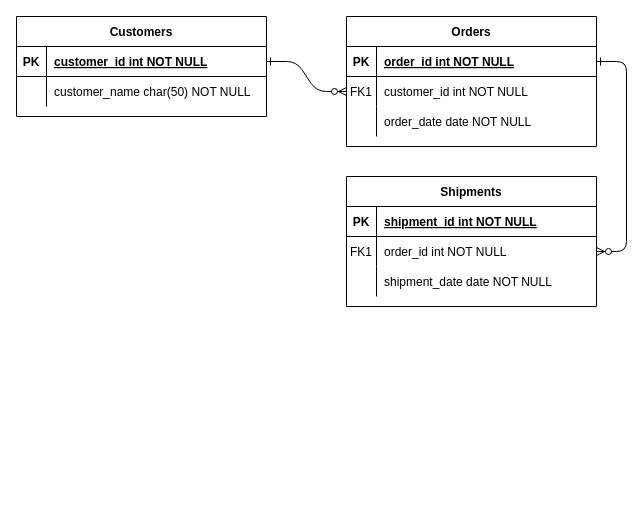
Earlier version of the draw.io diagram Wk3 social media database ERD.drawio (aytch4/MySQL-Wk3). Source tidied: cells renumbered, new cells numbered last; positions are measured from the earlier drawing's top-left corner, leaving out a move shared by most shapes. Both pictures are drawn from the tidied source at 100%, with x=0, y=0 at pixel (16, 16).
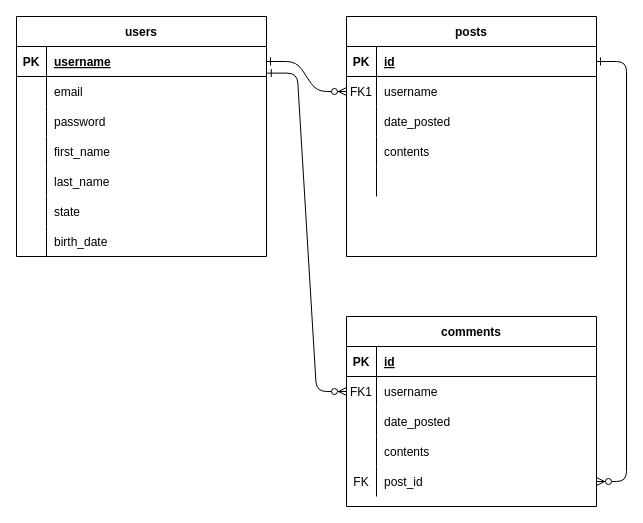
After the change.

The change refers to these unchanged cells:
```xml
<mxCell id="5" style="shape=partialRectangle;fillColor=none;points=[[0,0.5],[1,0.5]];portConstraint=eastwest;top=0;left=0;right=0;bottom=1;" parent="4" vertex="1">
  <mxGeometry y="30" width="250" height="30" as="geometry" />
</mxCell>
<mxCell id="8" style="shape=partialRectangle;fillColor=none;points=[[0,0.5],[1,0.5]];portConstraint=eastwest;top=0;left=0;right=0;bottom=0;" parent="4" vertex="1">
  <mxGeometry y="60" width="250" height="30" as="geometry" />
</mxCell>
<mxCell id="11" style="shape=partialRectangle;fillColor=none;top=0;left=0;right=0;bottom=0;" parent="4" vertex="1">
  <mxGeometry y="90" width="250" height="30" as="geometry" />
</mxCell>
<mxCell id="15" style="shape=partialRectangle;fillColor=none;top=0;left=0;right=0;bottom=1;" parent="14" vertex="1">
  <mxGeometry y="30" width="250" height="30" as="geometry" />
</mxCell>
<mxCell id="18" style="shape=partialRectangle;fillColor=none;points=[[0,0.5],[1,0.5]];portConstraint=eastwest;top=0;left=0;right=0;bottom=0;" parent="14" vertex="1">
  <mxGeometry y="60" width="250" height="30" as="geometry" />
</mxCell>
<mxCell id="21" style="shape=partialRectangle;fillColor=none;top=0;left=0;right=0;bottom=0;" parent="14" vertex="1">
  <mxGeometry y="90" width="250" height="30" as="geometry" />
</mxCell>
<mxCell id="25" style="shape=partialRectangle;fillColor=none;points=[[0,0.5],[1,0.5]];portConstraint=eastwest;top=0;left=0;right=0;bottom=1;" parent="24" vertex="1">
  <mxGeometry y="30" width="250" height="30" as="geometry" />
</mxCell>
<mxCell id="28" style="shape=partialRectangle;fillColor=none;points=[[0,0.5],[1,0.5]];portConstraint=eastwest;top=0;left=0;right=0;bottom=0;" parent="24" vertex="1">
  <mxGeometry y="60" width="250" height="30" as="geometry" />
</mxCell>
```

Change to the diagram source:
```diff
@@
-    <mxCell id="3" style="edgeStyle=entityRelationEdgeStyle;endArrow=ERzeroToMany;startArrow=ERone;endFill=1;startFill=0;" parent="1" edge="1" source="5" target="18">
+    <mxCell id="3" style="edgeStyle=entityRelationEdgeStyle;endArrow=ERzeroToMany;startArrow=ERone;endFill=1;startFill=0;entryX=1;entryY=0.5;entryDx=0;entryDy=0;" parent="1" edge="1" source="5" target="40">
       <mxGeometry relative="1" as="geometry" />
     </mxCell>
-    <mxCell id="4" value="Orders" style="shape=table;startSize=30;childLayout=tableLayout;rowLines=0;fontStyle=1;align=center;" parent="1" vertex="1">
-      <mxGeometry x="330" width="250" height="130" as="geometry" />
+    <mxCell id="4" value="posts" style="shape=table;startSize=30;childLayout=tableLayout;rowLines=0;fontStyle=1;align=center;" parent="1" vertex="1">
+      <mxGeometry x="330" width="250" height="240" as="geometry" />
     </mxCell>
@@
-    <mxCell id="7" value="order_id int NOT NULL " style="shape=partialRectangle;overflow=hidden;fillColor=none;top=0;left=0;bottom=0;right=0;align=left;spacingLeft=6;fontStyle=5;" parent="5" vertex="1">
+    <mxCell id="7" value="id" style="shape=partialRectangle;overflow=hidden;fillColor=none;top=0;left=0;bottom=0;right=0;align=left;spacingLeft=6;fontStyle=5;" parent="5" vertex="1">
       <mxGeometry x="30" width="220" height="30" as="geometry" />
     </mxCell>
@@
-    <mxCell id="10" value="customer_id int NOT NULL" style="shape=partialRectangle;overflow=hidden;fillColor=none;top=0;left=0;bottom=0;right=0;align=left;spacingLeft=6;" parent="8" vertex="1">
+    <mxCell id="10" value="username" style="shape=partialRectangle;overflow=hidden;fillColor=none;top=0;left=0;bottom=0;right=0;align=left;spacingLeft=6;" parent="8" vertex="1">
       <mxGeometry x="30" width="220" height="30" as="geometry" />
     </mxCell>
@@
-    <mxCell id="13" value="order_date date NOT NULL" style="shape=partialRectangle;overflow=hidden;fillColor=none;top=0;left=0;bottom=0;right=0;align=left;spacingLeft=6;" parent="11" vertex="1">
+    <mxCell id="13" value="date_posted" style="shape=partialRectangle;overflow=hidden;fillColor=none;top=0;left=0;bottom=0;right=0;align=left;spacingLeft=6;" parent="11" vertex="1">
       <mxGeometry x="30" width="220" height="30" as="geometry" />
     </mxCell>
+    <mxCell id="31" style="shape=partialRectangle;fillColor=none;top=0;left=0;right=0;bottom=0;" parent="4" vertex="1">
+      <mxGeometry y="120" width="250" height="30" as="geometry" />
+    </mxCell>
+    <mxCell id="32" style="shape=partialRectangle;overflow=hidden;fillColor=none;top=0;left=0;bottom=0;right=0;" parent="31" vertex="1">
+      <mxGeometry width="30" height="30" as="geometry" />
+    </mxCell>
+    <mxCell id="33" value="contents" style="shape=partialRectangle;overflow=hidden;fillColor=none;top=0;left=0;bottom=0;right=0;align=left;spacingLeft=6;" parent="31" vertex="1">
+      <mxGeometry x="30" width="220" height="30" as="geometry" />
+    </mxCell>
+    <mxCell id="34" style="shape=partialRectangle;fillColor=none;top=0;left=0;right=0;bottom=0;" parent="4" vertex="1">
+      <mxGeometry y="150" width="250" height="30" as="geometry" />
+    </mxCell>
+    <mxCell id="35" style="shape=partialRectangle;overflow=hidden;fillColor=none;top=0;left=0;bottom=0;right=0;" parent="34" vertex="1">
+      <mxGeometry width="30" height="30" as="geometry" />
+    </mxCell>
+    <mxCell id="36" style="shape=partialRectangle;overflow=hidden;fillColor=none;top=0;left=0;bottom=0;right=0;align=left;spacingLeft=6;" parent="34" vertex="1">
+      <mxGeometry x="30" width="220" height="30" as="geometry" />
+    </mxCell>
-    <mxCell id="14" value="Shipments" style="shape=table;startSize=30;childLayout=tableLayout;rowLines=0;fontStyle=1;align=center;" parent="1" vertex="1">
-      <mxGeometry x="330" y="160" width="250" height="130" as="geometry" />
+    <mxCell id="14" value="comments" style="shape=table;startSize=30;childLayout=tableLayout;rowLines=0;fontStyle=1;align=center;" parent="1" vertex="1">
+      <mxGeometry x="330" y="300" width="250" height="190" as="geometry" />
     </mxCell>
@@
-    <mxCell id="17" value="shipment_id int NOT NULL " style="shape=partialRectangle;overflow=hidden;fillColor=none;top=0;left=0;bottom=0;right=0;align=left;spacingLeft=6;fontStyle=5;" parent="15" vertex="1">
+    <mxCell id="17" value="id" style="shape=partialRectangle;overflow=hidden;fillColor=none;top=0;left=0;bottom=0;right=0;align=left;spacingLeft=6;fontStyle=5;" parent="15" vertex="1">
       <mxGeometry x="30" width="220" height="30" as="geometry" />
     </mxCell>
@@
-    <mxCell id="20" value="order_id int NOT NULL" style="shape=partialRectangle;overflow=hidden;fillColor=none;top=0;left=0;bottom=0;right=0;align=left;spacingLeft=6;" parent="18" vertex="1">
+    <mxCell id="20" value="username" style="shape=partialRectangle;overflow=hidden;fillColor=none;top=0;left=0;bottom=0;right=0;align=left;spacingLeft=6;" parent="18" vertex="1">
       <mxGeometry x="30" width="220" height="30" as="geometry" />
     </mxCell>
@@
-    <mxCell id="23" value="shipment_date date NOT NULL" style="shape=partialRectangle;overflow=hidden;fillColor=none;top=0;left=0;bottom=0;right=0;align=left;spacingLeft=6;" parent="21" vertex="1">
+    <mxCell id="23" value="date_posted" style="shape=partialRectangle;overflow=hidden;fillColor=none;top=0;left=0;bottom=0;right=0;align=left;spacingLeft=6;" parent="21" vertex="1">
       <mxGeometry x="30" width="220" height="30" as="geometry" />
     </mxCell>
+    <mxCell id="37" style="shape=partialRectangle;fillColor=none;top=0;left=0;right=0;bottom=0;" parent="14" vertex="1">
+      <mxGeometry y="120" width="250" height="30" as="geometry" />
+    </mxCell>
+    <mxCell id="38" style="shape=partialRectangle;overflow=hidden;fillColor=none;top=0;left=0;bottom=0;right=0;" parent="37" vertex="1">
+      <mxGeometry width="30" height="30" as="geometry" />
+    </mxCell>
+    <mxCell id="39" value="contents" style="shape=partialRectangle;overflow=hidden;fillColor=none;top=0;left=0;bottom=0;right=0;align=left;spacingLeft=6;" parent="37" vertex="1">
+      <mxGeometry x="30" width="220" height="30" as="geometry" />
+    </mxCell>
+    <mxCell id="40" style="shape=partialRectangle;fillColor=none;points=[[0,0.5],[1,0.5]];portConstraint=eastwest;top=0;left=0;right=0;bottom=0;" parent="14" vertex="1">
+      <mxGeometry y="150" width="250" height="30" as="geometry" />
+    </mxCell>
+    <mxCell id="41" value="FK" style="shape=partialRectangle;overflow=hidden;fillColor=none;top=0;left=0;bottom=0;right=0;" parent="40" vertex="1">
+      <mxGeometry width="30" height="30" as="geometry" />
+    </mxCell>
+    <mxCell id="42" value="post_id" style="shape=partialRectangle;overflow=hidden;fillColor=none;top=0;left=0;bottom=0;right=0;align=left;spacingLeft=6;" parent="40" vertex="1">
+      <mxGeometry x="30" width="220" height="30" as="geometry" />
+    </mxCell>
-    <mxCell id="24" value="Customers" style="shape=table;startSize=30;childLayout=tableLayout;rowLines=0;fontStyle=1;align=center;" parent="1" vertex="1">
-      <mxGeometry width="250" height="100" as="geometry" />
+    <mxCell id="24" value="users" style="shape=table;startSize=30;childLayout=tableLayout;rowLines=0;fontStyle=1;align=center;" parent="1" vertex="1">
+      <mxGeometry width="250" height="240" as="geometry" />
     </mxCell>
@@
-    <mxCell id="27" value="customer_id int NOT NULL " style="shape=partialRectangle;overflow=hidden;fillColor=none;top=0;left=0;bottom=0;right=0;align=left;spacingLeft=6;fontStyle=5;" parent="25" vertex="1">
+    <mxCell id="27" value="username" style="shape=partialRectangle;overflow=hidden;fillColor=none;top=0;left=0;bottom=0;right=0;align=left;spacingLeft=6;fontStyle=5;" parent="25" vertex="1">
       <mxGeometry x="30" width="220" height="30" as="geometry" />
     </mxCell>
@@
-    <mxCell id="30" value="customer_name char(50) NOT NULL" style="shape=partialRectangle;overflow=hidden;fillColor=none;top=0;left=0;bottom=0;right=0;align=left;spacingLeft=6;" parent="28" vertex="1">
+    <mxCell id="30" value="email" style="shape=partialRectangle;overflow=hidden;fillColor=none;top=0;left=0;bottom=0;right=0;align=left;spacingLeft=6;" parent="28" vertex="1">
       <mxGeometry x="30" width="220" height="30" as="geometry" />
     </mxCell>
+    <mxCell id="43" style="shape=partialRectangle;fillColor=none;top=0;left=0;right=0;bottom=0;" parent="24" vertex="1">
+      <mxGeometry y="90" width="250" height="30" as="geometry" />
+    </mxCell>
+    <mxCell id="44" style="shape=partialRectangle;overflow=hidden;fillColor=none;top=0;left=0;bottom=0;right=0;" parent="43" vertex="1">
+      <mxGeometry width="30" height="30" as="geometry" />
+    </mxCell>
+    <mxCell id="45" value="password" style="shape=partialRectangle;overflow=hidden;fillColor=none;top=0;left=0;bottom=0;right=0;align=left;spacingLeft=6;" parent="43" vertex="1">
+      <mxGeometry x="30" width="220" height="30" as="geometry" />
+    </mxCell>
+    <mxCell id="46" style="shape=partialRectangle;fillColor=none;top=0;left=0;right=0;bottom=0;" parent="24" vertex="1">
+      <mxGeometry y="120" width="250" height="30" as="geometry" />
+    </mxCell>
+    <mxCell id="47" style="shape=partialRectangle;overflow=hidden;fillColor=none;top=0;left=0;bottom=0;right=0;" parent="46" vertex="1">
+      <mxGeometry width="30" height="30" as="geometry" />
+    </mxCell>
+    <mxCell id="48" value="first_name" style="shape=partialRectangle;overflow=hidden;fillColor=none;top=0;left=0;bottom=0;right=0;align=left;spacingLeft=6;" parent="46" vertex="1">
+      <mxGeometry x="30" width="220" height="30" as="geometry" />
+    </mxCell>
+    <mxCell id="49" style="shape=partialRectangle;fillColor=none;top=0;left=0;right=0;bottom=0;" parent="24" vertex="1">
+      <mxGeometry y="150" width="250" height="30" as="geometry" />
+    </mxCell>
+    <mxCell id="50" style="shape=partialRectangle;overflow=hidden;fillColor=none;top=0;left=0;bottom=0;right=0;" parent="49" vertex="1">
+      <mxGeometry width="30" height="30" as="geometry" />
+    </mxCell>
+    <mxCell id="51" value="last_name" style="shape=partialRectangle;overflow=hidden;fillColor=none;top=0;left=0;bottom=0;right=0;align=left;spacingLeft=6;" parent="49" vertex="1">
+      <mxGeometry x="30" width="220" height="30" as="geometry" />
+    </mxCell>
+    <mxCell id="52" style="shape=partialRectangle;fillColor=none;top=0;left=0;right=0;bottom=0;" parent="24" vertex="1">
+      <mxGeometry y="180" width="250" height="30" as="geometry" />
+    </mxCell>
+    <mxCell id="53" style="shape=partialRectangle;overflow=hidden;fillColor=none;top=0;left=0;bottom=0;right=0;" parent="52" vertex="1">
+      <mxGeometry width="30" height="30" as="geometry" />
+    </mxCell>
+    <mxCell id="54" value="state" style="shape=partialRectangle;overflow=hidden;fillColor=none;top=0;left=0;bottom=0;right=0;align=left;spacingLeft=6;" parent="52" vertex="1">
+      <mxGeometry x="30" width="220" height="30" as="geometry" />
+    </mxCell>
+    <mxCell id="55" style="shape=partialRectangle;fillColor=none;top=0;left=0;right=0;bottom=0;" parent="24" vertex="1">
+      <mxGeometry y="210" width="250" height="30" as="geometry" />
+    </mxCell>
+    <mxCell id="56" style="shape=partialRectangle;overflow=hidden;fillColor=none;top=0;left=0;bottom=0;right=0;" parent="55" vertex="1">
+      <mxGeometry width="30" height="30" as="geometry" />
+    </mxCell>
+    <mxCell id="57" value="birth_date" style="shape=partialRectangle;overflow=hidden;fillColor=none;top=0;left=0;bottom=0;right=0;align=left;spacingLeft=6;" parent="55" vertex="1">
+      <mxGeometry x="30" width="220" height="30" as="geometry" />
+    </mxCell>
+    <mxCell id="58" style="edgeStyle=entityRelationEdgeStyle;endArrow=ERzeroToMany;startArrow=ERone;endFill=1;startFill=0;exitX=1.003;exitY=-0.113;exitDx=0;exitDy=0;exitPerimeter=0;entryX=0;entryY=0.5;entryDx=0;entryDy=0;" parent="1" edge="1" source="28" target="18">
+      <mxGeometry relative="1" as="geometry" />
+    </mxCell>
```
